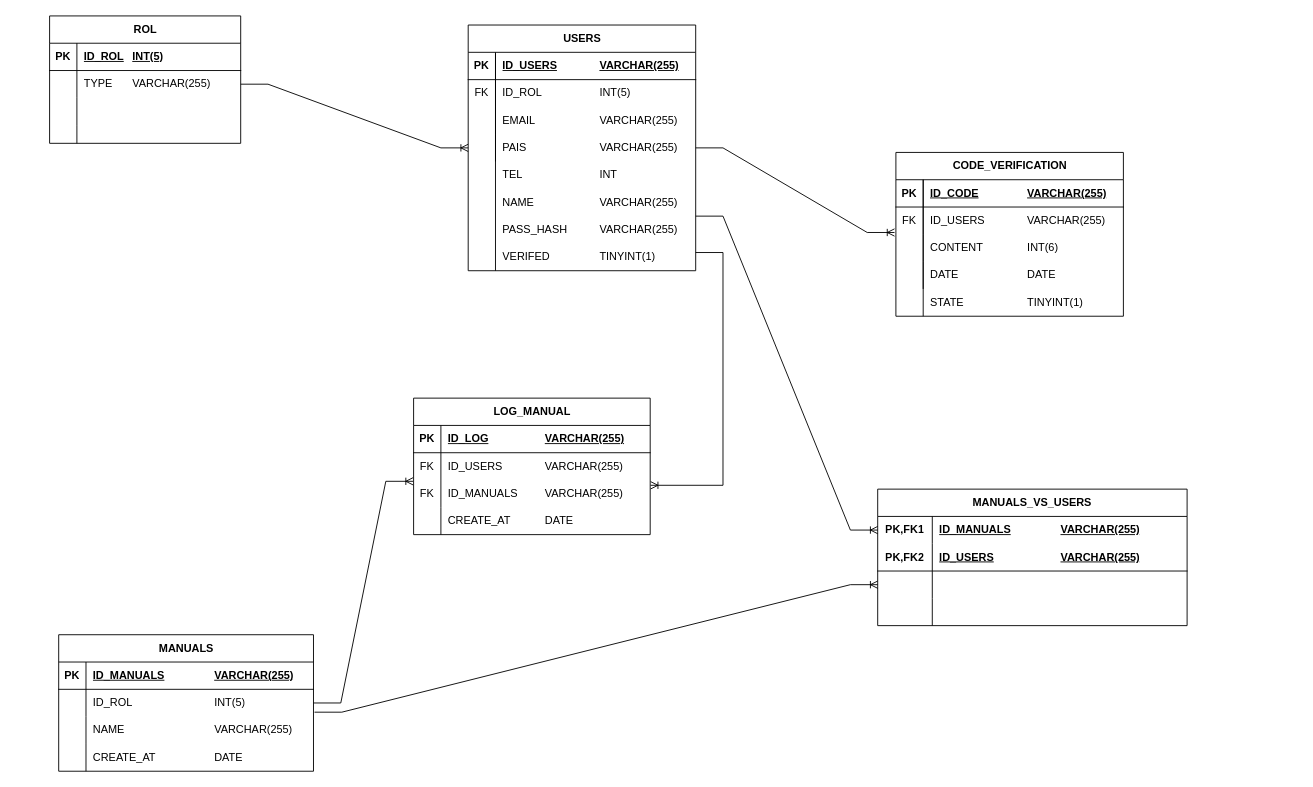
Earlier version of the draw.io diagram Diagramas/BD COLMOTICA WEB.drawio (colmotica19/web-page-colmotica-backend). Source tidied: cells renumbered, new cells numbered last; positions are measured from the earlier drawing's top-left corner, leaving out a move shared by most shapes. Both pictures are drawn from the tidied source at 91%, with x=0, y=0 at pixel (49, 15).
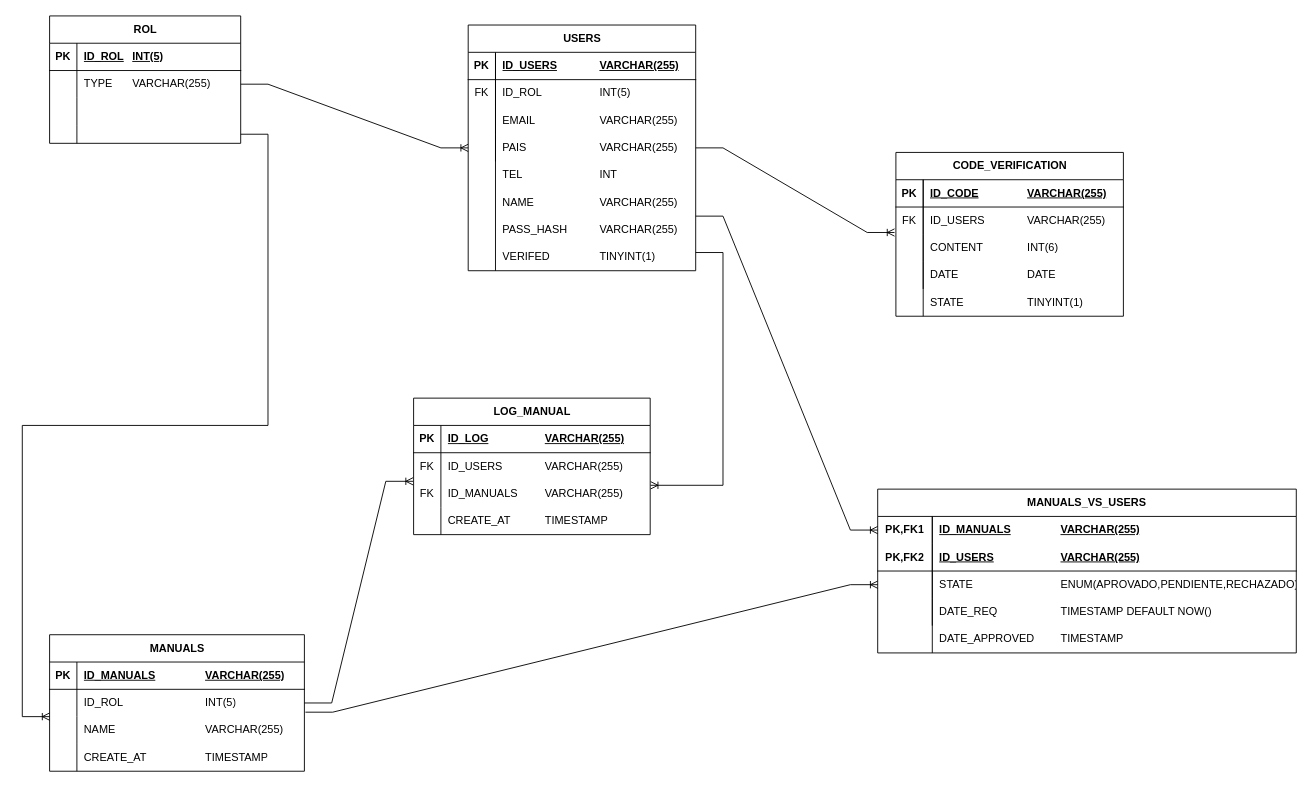
Above is the later version.

The change refers to these unchanged cells:
```xml
<mxCell id="12" style="shape=tableRow;horizontal=0;startSize=0;swimlaneHead=0;swimlaneBody=0;fillColor=none;points=[[0,0.5],[1,0.5]];portConstraint=eastwest;top=0;left=0;right=0;bottom=0;" parent="2" vertex="1">
  <mxGeometry y="120" width="210" height="20" as="geometry" />
</mxCell>
<mxCell id="68" style="shape=tableRow;horizontal=0;startSize=0;swimlaneHead=0;swimlaneBody=0;fillColor=none;top=0;left=0;right=0;bottom=0;" parent="58" vertex="1">
  <mxGeometry y="120" width="280" height="30" as="geometry" />
</mxCell>
<mxCell id="95" style="shape=tableRow;horizontal=0;startSize=0;swimlaneHead=0;swimlaneBody=0;fillColor=none;top=0;left=0;right=0;bottom=0;" parent="85" vertex="1">
  <mxGeometry y="120" width="260" height="30" as="geometry" />
</mxCell>
```

The edit, as a diff of the source:
```diff
@@
     <mxCell id="58" value="MANUALS" style="shape=table;startSize=30;childLayout=tableLayout;rowLines=0;fontStyle=1;align=center;html=1;" parent="1" vertex="1">
-      <mxGeometry x="10" y="680" width="280" height="150" as="geometry" />
+      <mxGeometry y="680" width="280" height="150" as="geometry" />
     </mxCell>
@@
-    <mxCell id="70" value="CREATE_AT&lt;span style=&quot;white-space: pre;&quot;&gt;&#9;&lt;/span&gt;&lt;span style=&quot;white-space: pre;&quot;&gt;&#9;&lt;/span&gt;&lt;span style=&quot;white-space: pre;&quot;&gt;&#9;&lt;/span&gt;DATE" style="shape=partialRectangle;fillColor=none;top=0;left=0;bottom=0;right=0;align=left;spacingLeft=6;overflow=hidden;whiteSpace=wrap;html=1;" parent="68" vertex="1">
+    <mxCell id="70" value="CREATE_AT&lt;span style=&quot;white-space: pre;&quot;&gt;&#9;&lt;/span&gt;&lt;span style=&quot;white-space: pre;&quot;&gt;&#9;&lt;span style=&quot;white-space: pre;&quot;&gt;&#9;&lt;/span&gt;&lt;/span&gt;TIMESTAMP" style="shape=partialRectangle;fillColor=none;top=0;left=0;bottom=0;right=0;align=left;spacingLeft=6;overflow=hidden;whiteSpace=wrap;html=1;" parent="68" vertex="1">
       <mxGeometry x="30" width="250" height="30" as="geometry" />
     </mxCell>
     <mxCell id="71" value="MANUALS_VS_USERS" style="shape=table;startSize=30;childLayout=tableLayout;rowLines=0;fontStyle=1;align=center;html=1;whiteSpace=wrap;" parent="1" vertex="1">
-      <mxGeometry x="910" y="520" width="340" height="150" as="geometry" />
+      <mxGeometry x="910" y="520" width="460" height="180" as="geometry" />
     </mxCell>
     <mxCell id="72" style="shape=tableRow;horizontal=0;startSize=0;swimlaneHead=0;swimlaneBody=0;fillColor=none;points=[[0,0.5],[1,0.5]];portConstraint=eastwest;top=0;left=0;right=0;bottom=0;html=1;" parent="71" vertex="1">
-      <mxGeometry y="30" width="340" height="30" as="geometry" />
+      <mxGeometry y="30" width="460" height="30" as="geometry" />
     </mxCell>
@@
     <mxCell id="74" value="ID_MANUALS&lt;span style=&quot;white-space: pre;&quot;&gt;&#9;&lt;span style=&quot;white-space: pre;&quot;&gt;&#9;&lt;/span&gt;&lt;/span&gt;VARCHAR(255)" style="shape=partialRectangle;fillColor=none;top=0;left=0;bottom=0;right=0;align=left;spacingLeft=6;fontStyle=5;overflow=hidden;html=1;whiteSpace=wrap;" parent="72" vertex="1">
-      <mxGeometry x="60" width="280" height="30" as="geometry" />
+      <mxGeometry x="60" width="400" height="30" as="geometry" />
     </mxCell>
     <mxCell id="75" style="shape=tableRow;horizontal=0;startSize=0;swimlaneHead=0;swimlaneBody=0;fillColor=none;top=0;left=0;right=0;bottom=1;html=1;" parent="71" vertex="1">
-      <mxGeometry y="60" width="340" height="30" as="geometry" />
+      <mxGeometry y="60" width="460" height="30" as="geometry" />
     </mxCell>
@@
-    <mxCell id="77" value="ID_USERS&lt;span style=&quot;white-space: pre;&quot;&gt;&#9;&lt;/span&gt;&lt;span style=&quot;white-space: pre;&quot;&gt;&#9;&lt;/span&gt;&lt;span style=&quot;white-space: pre;&quot;&gt;&#9;&lt;/span&gt;VARCHAR(255)" style="shape=partialRectangle;fillColor=none;top=0;left=0;bottom=0;right=0;align=left;spacingLeft=6;fontStyle=5;overflow=hidden;html=1;whiteSpace=wrap;" parent="75" vertex="1">
-      <mxGeometry x="60" width="280" height="30" as="geometry" />
+    <mxCell id="77" value="ID_USERS&lt;span style=&quot;white-space: pre;&quot;&gt;&#9;&lt;/span&gt;&lt;span style=&quot;white-space: pre;&quot;&gt;&#9;&lt;span style=&quot;white-space: pre;&quot;&gt;&#9;&lt;/span&gt;&lt;/span&gt;VARCHAR(255)" style="shape=partialRectangle;fillColor=none;top=0;left=0;bottom=0;right=0;align=left;spacingLeft=6;fontStyle=5;overflow=hidden;html=1;whiteSpace=wrap;" parent="75" vertex="1">
+      <mxGeometry x="60" width="400" height="30" as="geometry" />
     </mxCell>
     <mxCell id="78" style="shape=tableRow;horizontal=0;startSize=0;swimlaneHead=0;swimlaneBody=0;fillColor=none;points=[[0,0.5],[1,0.5]];portConstraint=eastwest;top=0;left=0;right=0;bottom=0;html=1;" parent="71" vertex="1">
-      <mxGeometry y="90" width="340" height="30" as="geometry" />
+      <mxGeometry y="90" width="460" height="30" as="geometry" />
     </mxCell>
@@
-    <mxCell id="80" style="shape=partialRectangle;fillColor=none;top=0;left=0;bottom=0;right=0;align=left;spacingLeft=6;overflow=hidden;html=1;whiteSpace=wrap;" parent="78" vertex="1">
-      <mxGeometry x="60" width="280" height="30" as="geometry" />
+    <mxCell id="80" value="STATE&lt;span style=&quot;white-space: pre;&quot;&gt;&#9;&lt;/span&gt;&lt;span style=&quot;white-space: pre;&quot;&gt;&#9;&lt;/span&gt;&lt;span style=&quot;white-space: pre;&quot;&gt;&#9;&lt;span style=&quot;white-space: pre;&quot;&gt;&#9;&lt;/span&gt;&lt;/span&gt;ENUM(APROVADO,PENDIENTE,RECHAZADO)" style="shape=partialRectangle;fillColor=none;top=0;left=0;bottom=0;right=0;align=left;spacingLeft=6;overflow=hidden;html=1;whiteSpace=wrap;" parent="78" vertex="1">
+      <mxGeometry x="60" width="400" height="30" as="geometry" />
     </mxCell>
     <mxCell id="81" style="shape=tableRow;horizontal=0;startSize=0;swimlaneHead=0;swimlaneBody=0;fillColor=none;top=0;left=0;right=0;bottom=0;html=1;" parent="71" vertex="1">
-      <mxGeometry y="120" width="340" height="30" as="geometry" />
+      <mxGeometry y="120" width="460" height="30" as="geometry" />
     </mxCell>
@@
-    <mxCell id="83" style="shape=partialRectangle;fillColor=none;top=0;left=0;bottom=0;right=0;align=left;spacingLeft=6;overflow=hidden;html=1;whiteSpace=wrap;" parent="81" vertex="1">
-      <mxGeometry x="60" width="280" height="30" as="geometry" />
+    <mxCell id="83" value="DATE_REQ&lt;span style=&quot;white-space: pre;&quot;&gt;&#9;&lt;/span&gt;&lt;span style=&quot;white-space: pre;&quot;&gt;&#9;&lt;span style=&quot;white-space: pre;&quot;&gt;&#9;&lt;/span&gt;T&lt;/span&gt;IMESTAMP&amp;nbsp;DEFAULT NOW()" style="shape=partialRectangle;fillColor=none;top=0;left=0;bottom=0;right=0;align=left;spacingLeft=6;overflow=hidden;html=1;whiteSpace=wrap;" parent="81" vertex="1">
+      <mxGeometry x="60" width="400" height="30" as="geometry" />
     </mxCell>
@@
-    <mxCell id="97" value="CREATE_AT&lt;span style=&quot;white-space: pre;&quot;&gt;&#9;&lt;/span&gt;&lt;span style=&quot;white-space: pre;&quot;&gt;&#9;&lt;/span&gt;DATE" style="shape=partialRectangle;fillColor=none;top=0;left=0;bottom=0;right=0;align=left;spacingLeft=6;overflow=hidden;whiteSpace=wrap;html=1;" parent="95" vertex="1">
+    <mxCell id="97" value="CREATE_AT&lt;span style=&quot;white-space: pre;&quot;&gt;&#9;&lt;/span&gt;&lt;span style=&quot;white-space: pre;&quot;&gt;&#9;&lt;/span&gt;TIMESTAMP" style="shape=partialRectangle;fillColor=none;top=0;left=0;bottom=0;right=0;align=left;spacingLeft=6;overflow=hidden;whiteSpace=wrap;html=1;" parent="95" vertex="1">
       <mxGeometry x="30" width="230" height="30" as="geometry" />
     </mxCell>
@@
+    <mxCell id="100" style="edgeStyle=entityRelationEdgeStyle;fontSize=12;html=1;endArrow=ERoneToMany;rounded=0;exitX=1;exitY=0.5;exitDx=0;exitDy=0;" parent="1" edge="1" source="12">
+      <mxGeometry relative="1" as="geometry">
+        <mxPoint y="770" as="targetPoint" />
+      </mxGeometry>
+    </mxCell>
+    <mxCell id="101" style="shape=tableRow;horizontal=0;startSize=0;swimlaneHead=0;swimlaneBody=0;fillColor=none;top=0;left=0;right=0;bottom=0;html=1;" parent="1" vertex="1">
+      <mxGeometry x="910" y="670" width="460" height="30" as="geometry" />
+    </mxCell>
+    <mxCell id="102" style="shape=partialRectangle;fillColor=none;top=0;left=0;bottom=0;right=0;overflow=hidden;html=1;whiteSpace=wrap;" parent="101" vertex="1">
+      <mxGeometry width="60" height="30" as="geometry" />
+    </mxCell>
+    <mxCell id="103" value="DATE_APPROVED&lt;span style=&quot;white-space: pre;&quot;&gt;&#9;&lt;/span&gt;&lt;span style=&quot;white-space: pre;&quot;&gt;&#9;&lt;/span&gt;TIMESTAMP" style="shape=partialRectangle;fillColor=none;top=0;left=0;bottom=0;right=0;align=left;spacingLeft=6;overflow=hidden;html=1;whiteSpace=wrap;" parent="101" vertex="1">
+      <mxGeometry x="60" width="400" height="30" as="geometry" />
+    </mxCell>
+    <mxCell id="104" style="endArrow=none;html=1;rounded=0;entryX=0.12;entryY=0.033;entryDx=0;entryDy=0;entryPerimeter=0;" parent="1" edge="1">
+      <mxGeometry relative="1" as="geometry">
+        <mxPoint x="970" y="700" as="sourcePoint" />
+        <mxPoint x="970" y="550" as="targetPoint" />
+      </mxGeometry>
+    </mxCell>
```
